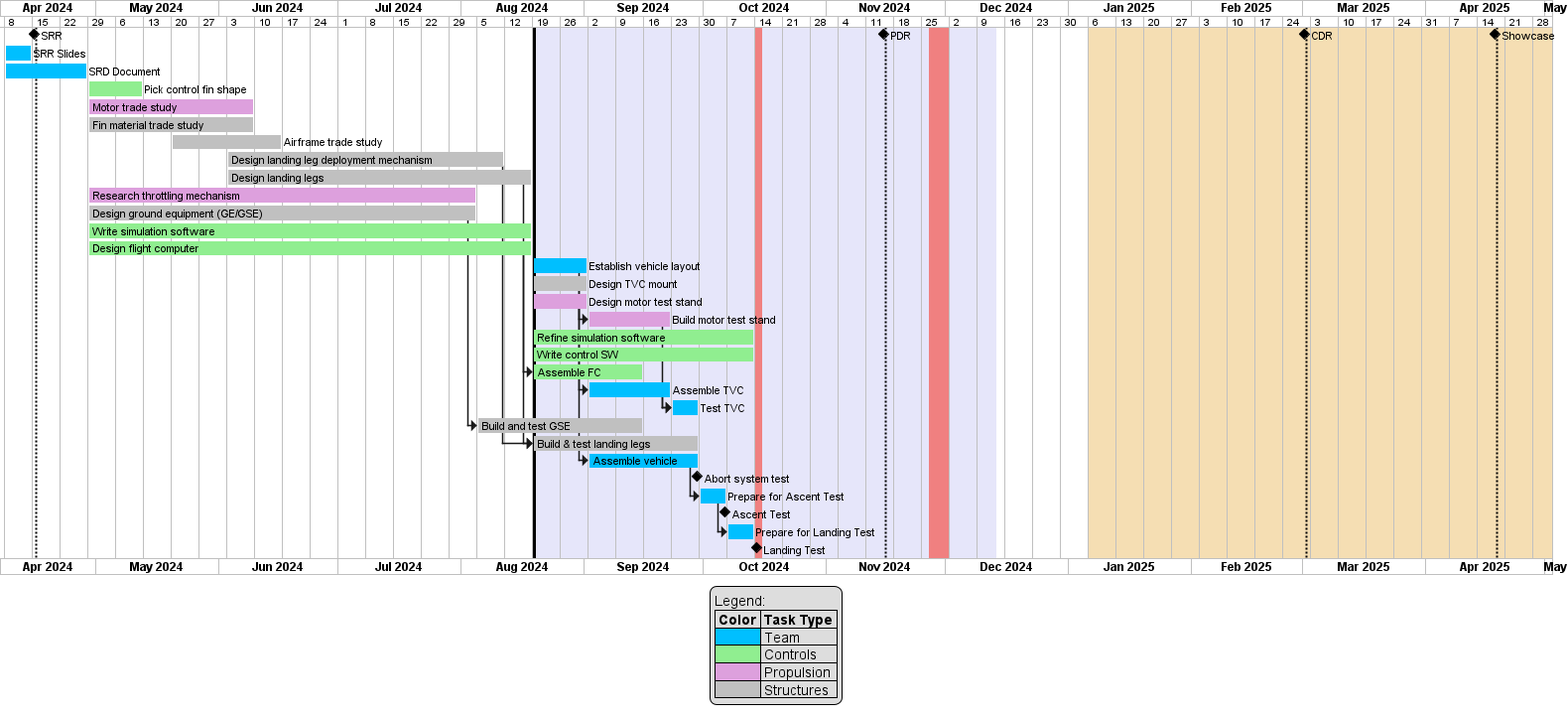
This is diagrams/out/gantt_chart.png from Laagaard/Rocket_Lander, a PlantUML export, as it was before one commit.
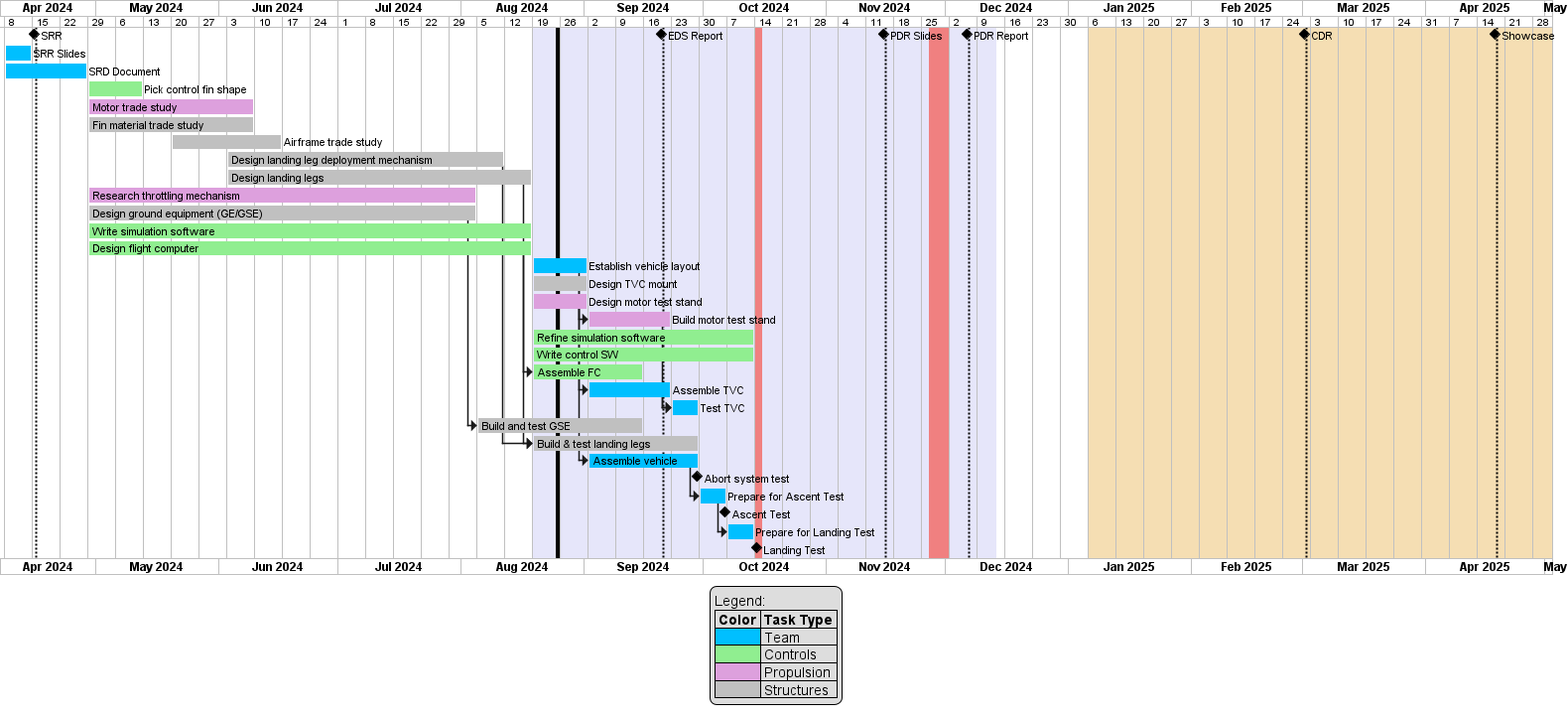
Above is the later version.

Commit message:
Add EDS Report & separate PDR slides and document dates

What changed in the source:
```diff
@@ -8,18 +8,26 @@
 [SRR] happens at 2024-04-15
 Separator just at [SRR]'s end
 
+[EDS Report] happens at 2024-09-20
+Separator just at [EDS Report]'s end
+[EDS Report] displays on same row as [SRR]
+
 2024-08-19 to 2024-12-13 is colored in lavender
 2024-08-19 to 2024-12-13 is named [Fall 2024]
 
-[PDR] happens at 2024-11-15
-Separator just at [PDR]'s end
-[PDR] displays on same row as [SRR]
+[PDR Slides] happens at 2024-11-15
+Separator just at [PDR Slides]'s end
+[PDR Slides] displays on same row as [SRR]
 
 2024-10-14 to 2024-10-15 is colored in lightcoral
 2024-10-14 to 2024-10-15 is named [Fall Break]
 
 2024-11-27 to 2024-12-01 is colored in lightcoral
 2024-11-27 to 2024-12-01 is named [Thanksgiving Break]
+
+[PDR Report] happens at 2024-12-06
+Separator just at [PDR Report]'s end
+[PDR Report] displays on same row as [SRR]
 
 2025-01-06 to 2025-05-02 is colored in wheat
 2025-01-06 to 2025-05-02 is named [Spring 2025]
```
